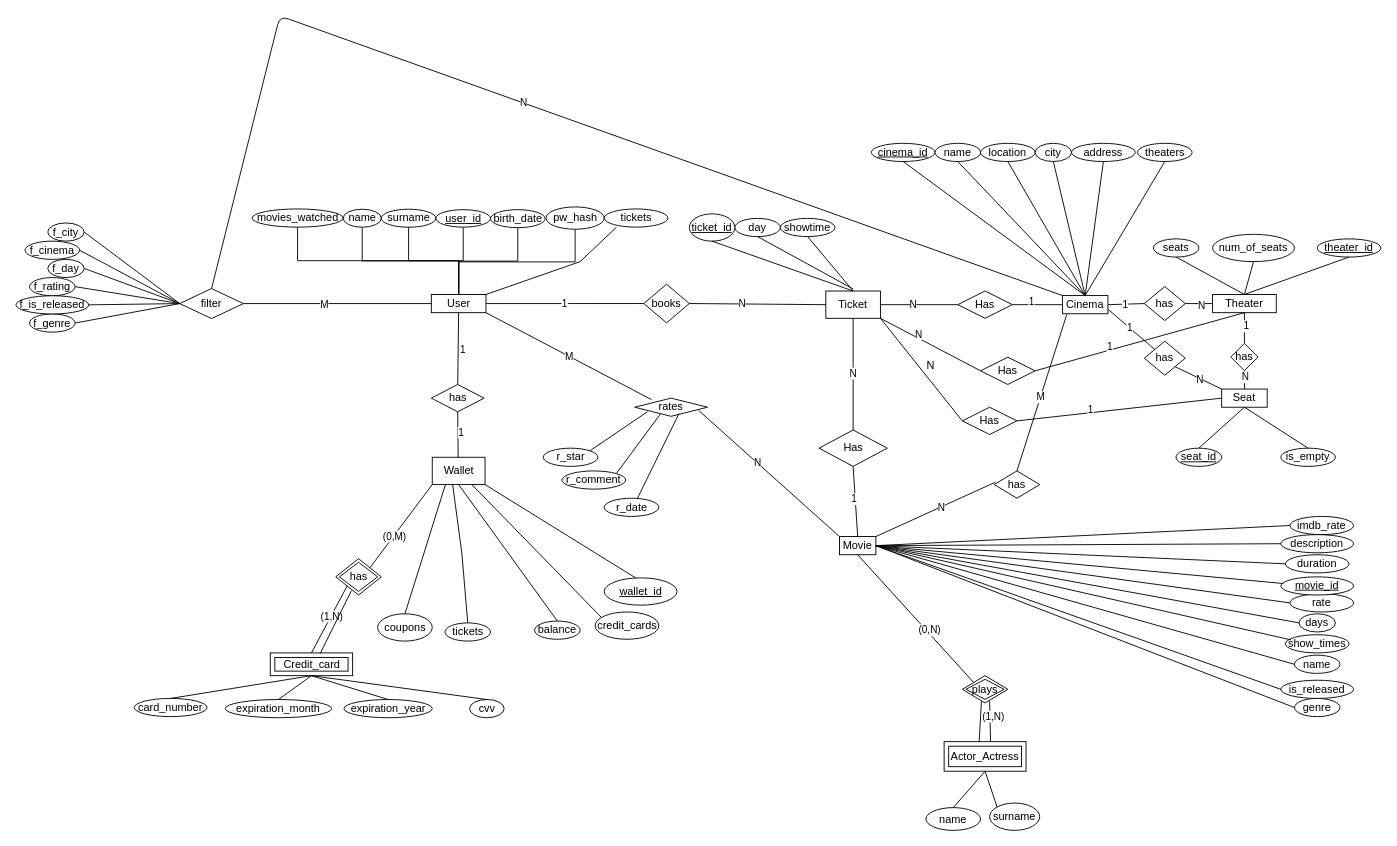
This is proje_diagram.drawio from kelma01/dbms_project, a draw.io file, before an edit. Source tidied: cells renumbered, new cells numbered last; positions are measured from the earlier drawing's top-left corner, leaving out a move shared by most shapes. Both pictures are drawn from the tidied source at 91%, with x=0, y=0 at pixel (15, 15).
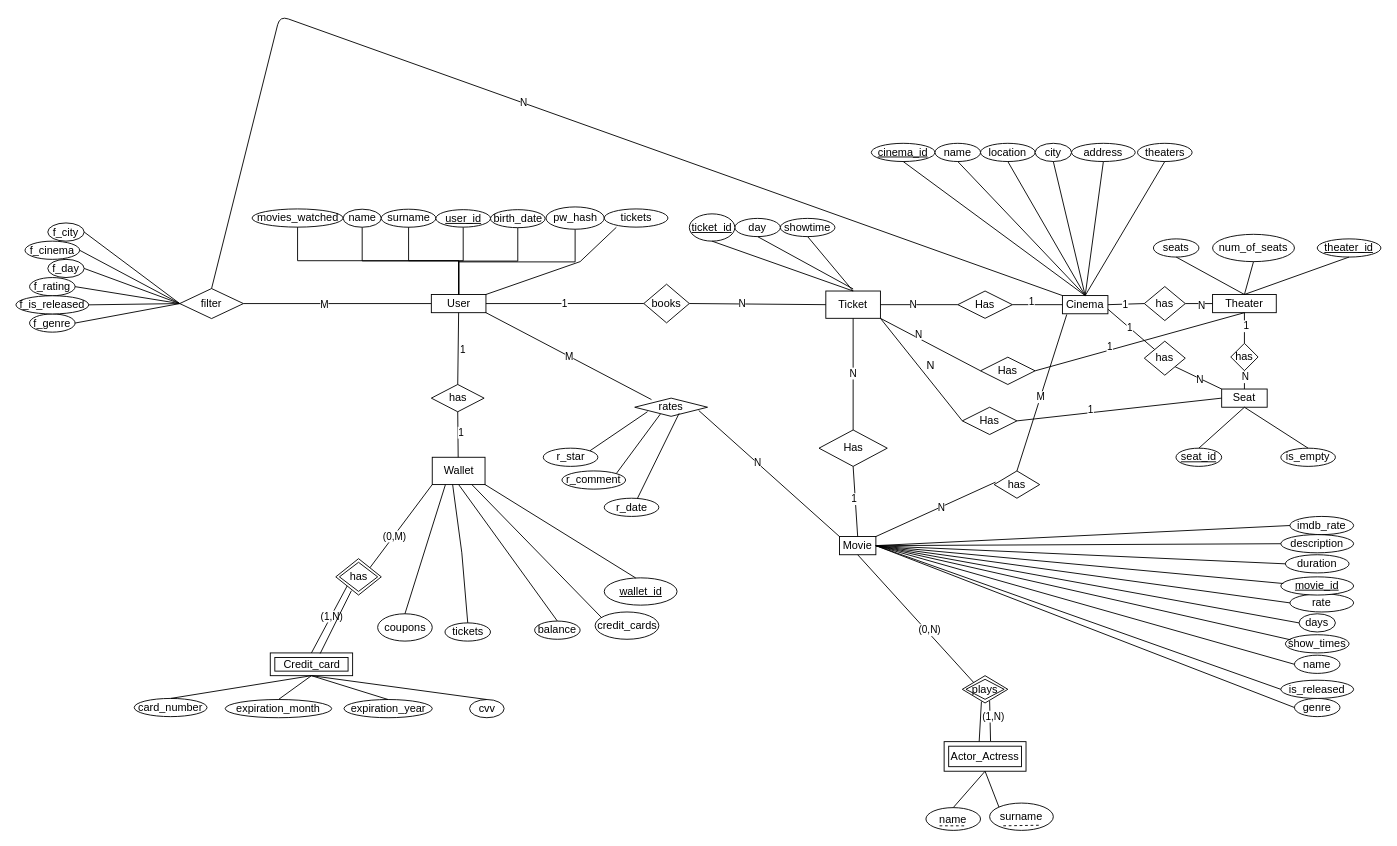
Above is the later version.

Diff of the diagram source:
```diff
@@
     <mxCell id="87" value="surname" style="ellipse;whiteSpace=wrap;html=1;" parent="1" vertex="1">
-      <mxGeometry x="1070" y="865" width="55" height="30" as="geometry" />
+      <mxGeometry x="1070" y="865" width="70" height="30" as="geometry" />
     </mxCell>
@@
+    <mxCell id="184" style="endArrow=none;dashed=1;html=1;rounded=0;" parent="1" edge="1">
+      <mxGeometry relative="1" as="geometry">
+        <mxPoint x="1015" y="890" as="sourcePoint" />
+        <mxPoint x="1045" y="890" as="targetPoint" />
+      </mxGeometry>
+    </mxCell>
+    <mxCell id="185" style="endArrow=none;dashed=1;html=1;rounded=0;entryX=0.81;entryY=0.811;entryDx=0;entryDy=0;entryPerimeter=0;" parent="1" edge="1" target="87">
+      <mxGeometry relative="1" as="geometry">
+        <mxPoint x="1085" y="890" as="sourcePoint" />
+      </mxGeometry>
+    </mxCell>
```
